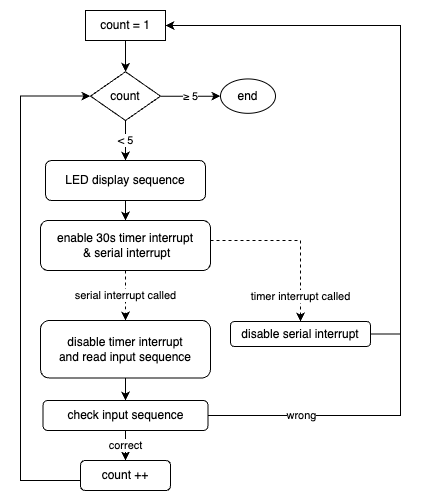
The draw.io diagram image/Stage2.drawio.png in jtho4403/Escape-Room, before a commit. Source tidied: cells renumbered, new cells last; positions are measured from the earlier drawing's top-left corner, leaving out a move shared by most shapes.
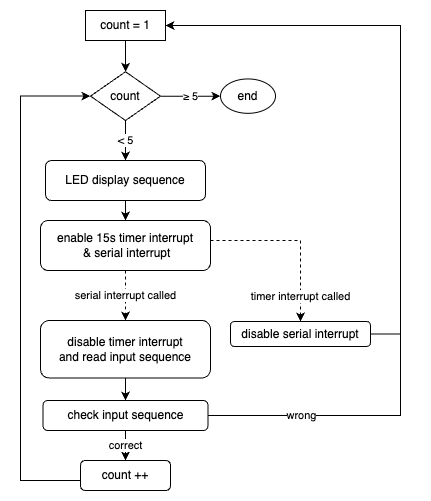
The same file after the commit.

Change to the diagram source:
```diff
@@ -21,7 +21,7 @@
     <mxCell id="6" value="serial interrupt called" style="edgeStyle=orthogonalEdgeStyle;rounded=0;jettySize=auto;html=1;dashed=1;" parent="1" edge="1" source="7" target="14">
       <mxGeometry relative="1" as="geometry" />
     </mxCell>
-    <mxCell id="7" value="enable 30s timer interrupt&lt;br&gt;&amp;nbsp;&amp;amp; serial interrupt" style="rounded=1;whiteSpace=wrap;html=1;" parent="1" vertex="1">
+    <mxCell id="7" value="enable 15s timer interrupt&lt;br&gt;&amp;nbsp;&amp;amp; serial interrupt" style="rounded=1;whiteSpace=wrap;html=1;" parent="1" vertex="1">
       <mxGeometry x="40" y="220" width="170" height="50" as="geometry" />
     </mxCell>
     <mxCell id="8" style="edgeStyle=orthogonalEdgeStyle;rounded=0;jettySize=auto;html=1;entryX=1;entryY=0.5;entryDx=0;entryDy=0;" parent="1" edge="1" source="9" target="11">
```
